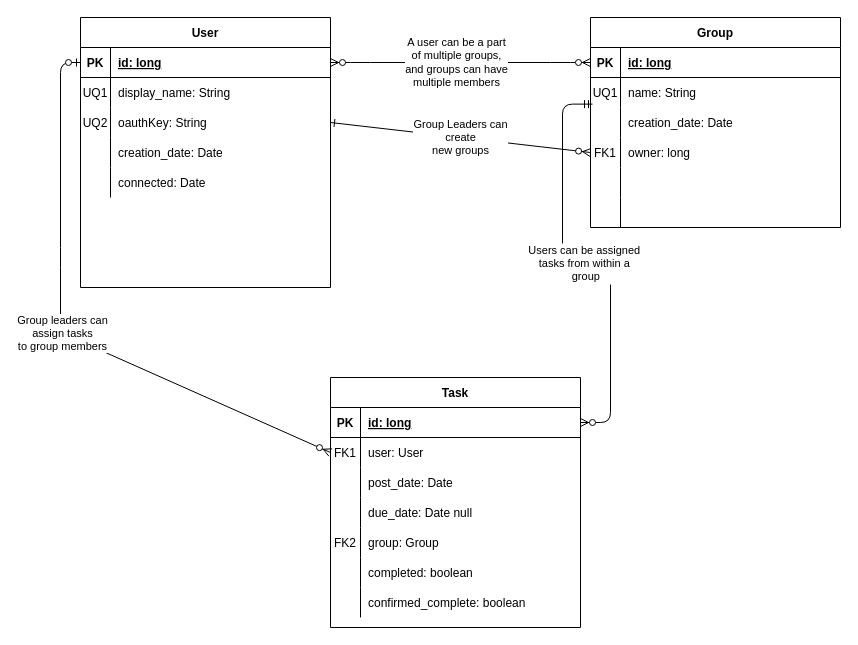
Before: docs/work/capstone-erd.drawio in team-assignments/team-assignments.github.io, a draw.io diagram. Source tidied: cells renumbered, new cells numbered last; positions are measured from the earlier drawing's top-left corner, leaving out a move shared by most shapes. Both pictures are drawn from the tidied source at 100%, with x=0, y=0 at pixel (60, 17).
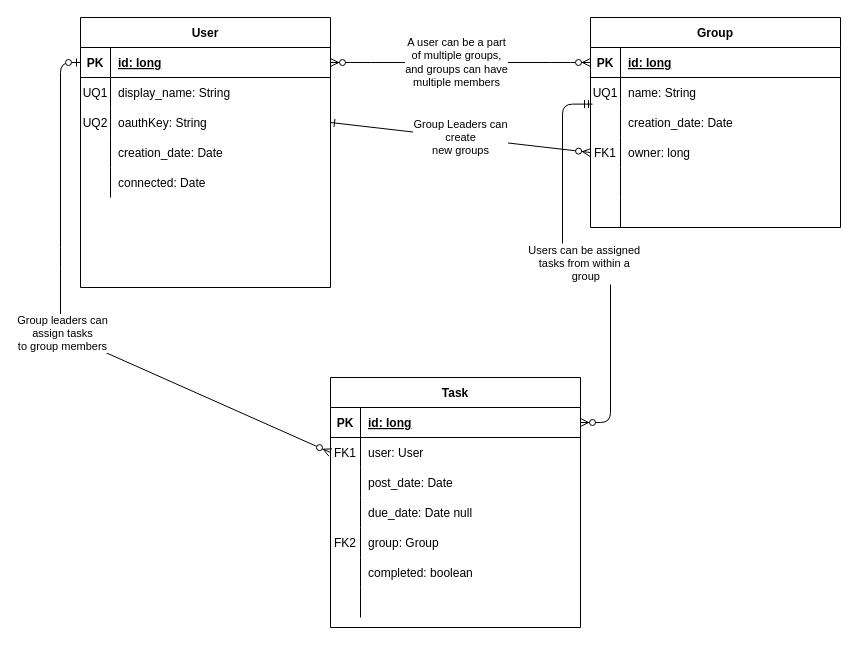
Above is the later version.

Unchanged cells that the change refers to:
```xml
<mxCell id="44" style="shape=partialRectangle;fillColor=none;top=0;left=0;right=0;bottom=0;" parent="25" vertex="1">
  <mxGeometry y="210" width="250" height="30" as="geometry" />
</mxCell>
```

What changed in the source:
```diff
@@
-    <mxCell id="46" value="confirmed_complete: boolean" style="shape=partialRectangle;overflow=hidden;fillColor=none;top=0;left=0;bottom=0;right=0;align=left;spacingLeft=6;" parent="44" vertex="1">
+    <mxCell id="46" style="shape=partialRectangle;overflow=hidden;fillColor=none;top=0;left=0;bottom=0;right=0;align=left;spacingLeft=6;" parent="44" vertex="1">
       <mxGeometry x="30" width="220" height="30" as="geometry" />
     </mxCell>
```
